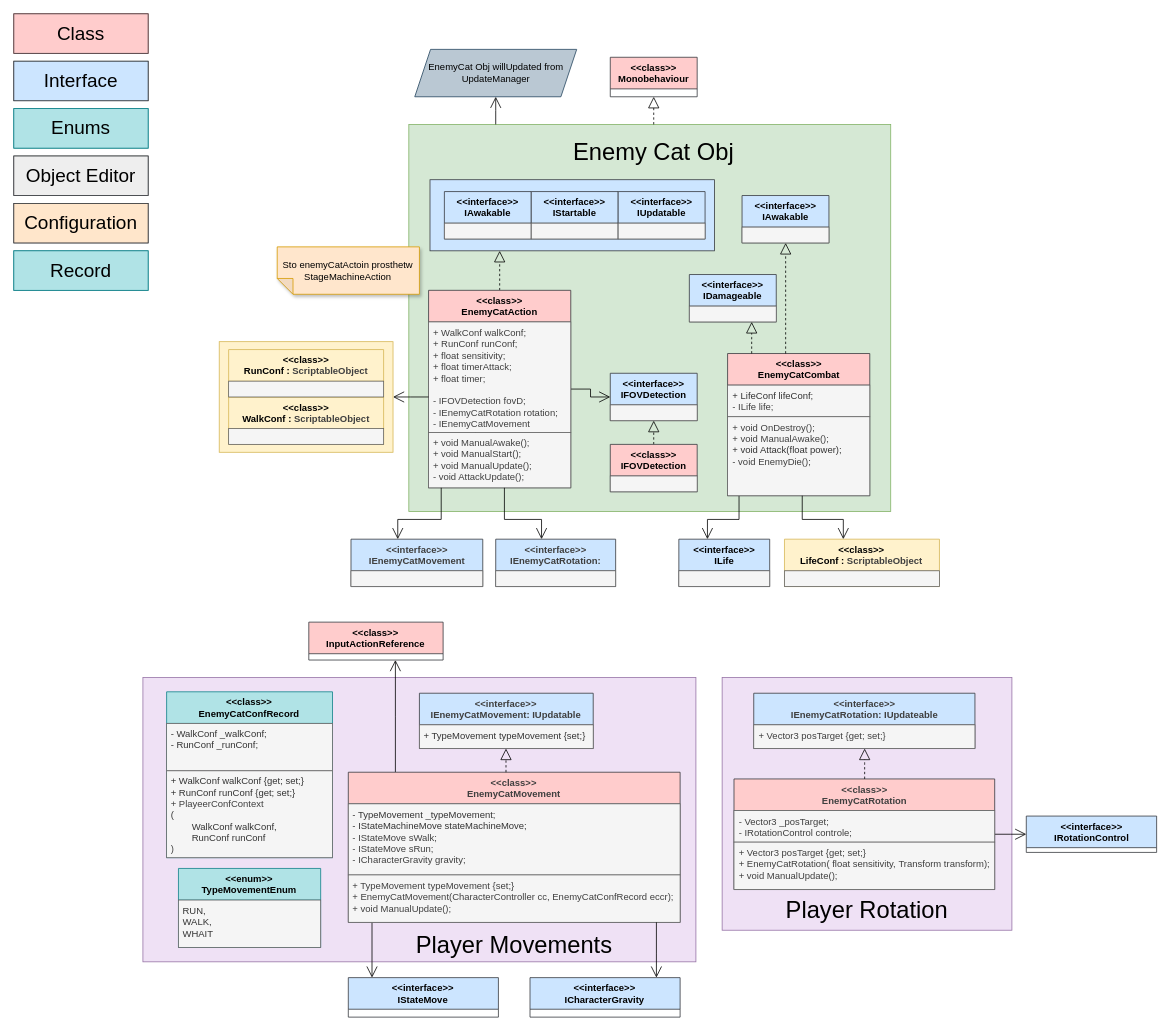
This is doc/Class_Diagram_EnemyCat.drawio from OGecgo/TheCatCult, a draw.io file, before an edit. Source tidied: cells renumbered, new cells numbered last; positions are measured from the earlier drawing's top-left corner, leaving out a move shared by most shapes. Both pictures are drawn from the tidied source at 79%, with x=0, y=0 at pixel (13, 13).
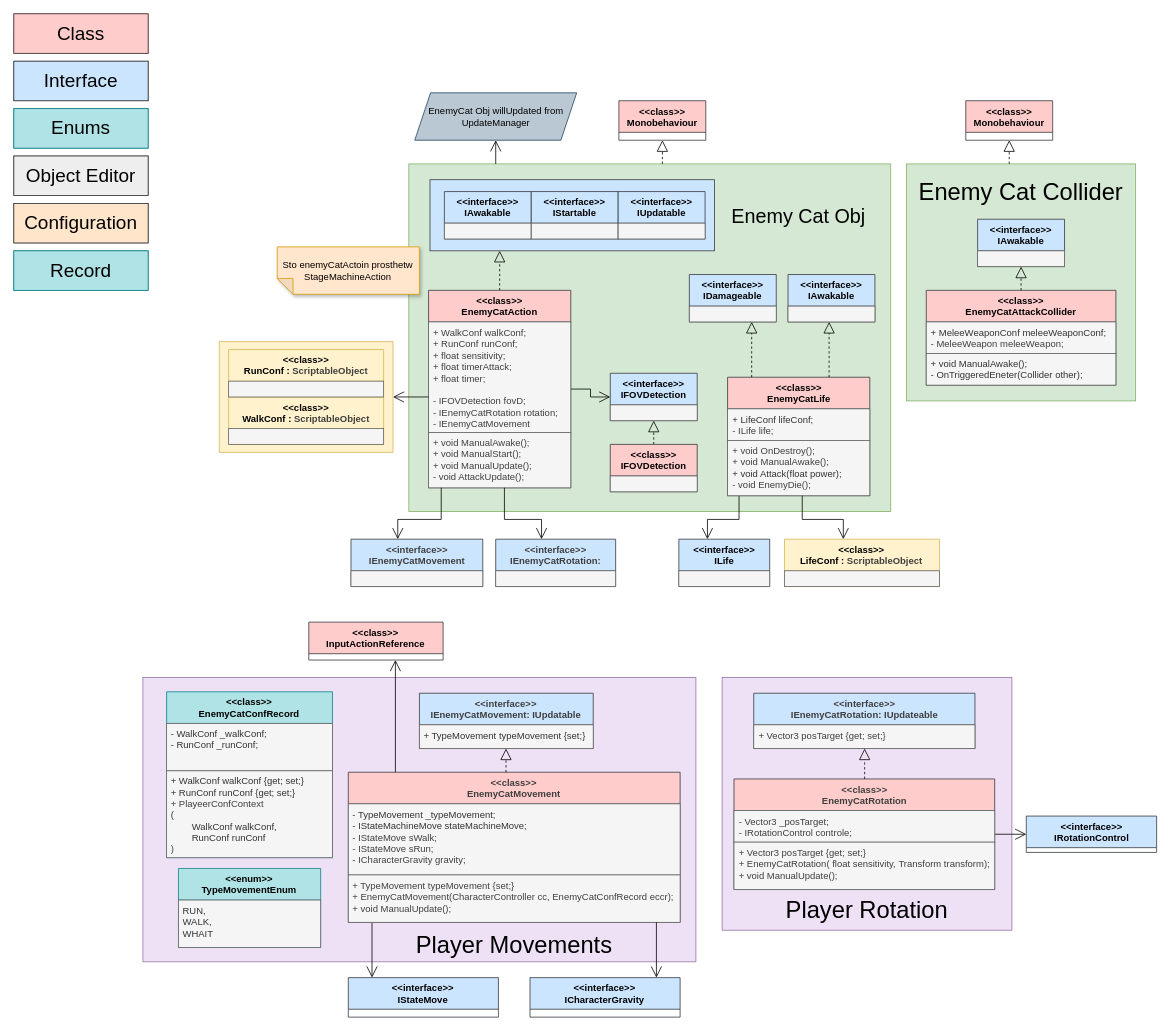
After the change.

What changed in the source:
```diff
@@
+    <mxCell id="3" style="rounded=0;whiteSpace=wrap;html=1;fillColor=#d5e8d4;strokeColor=#82b366;strokeWidth=1;" parent="1" vertex="1">
+      <mxGeometry x="500" y="190" width="610" height="440" as="geometry" />
+    </mxCell>
@@
-    <mxCell id="3" style="rounded=0;whiteSpace=wrap;html=1;fillColor=#d5e8d4;strokeColor=#82b366;strokeWidth=1;" parent="1" vertex="1">
-      <mxGeometry x="500" y="140" width="610" height="490" as="geometry" />
-    </mxCell>
@@
-    <mxCell id="6" value="&lt;font style=&quot;font-size: 30px;&quot;&gt;Enemy Cat Obj&lt;/font&gt;" style="text;html=1;whiteSpace=wrap;strokeColor=none;fillColor=none;align=center;verticalAlign=middle;rounded=0;" parent="1" vertex="1">
-      <mxGeometry x="685" y="150" width="250" height="50" as="geometry" />
+    <mxCell id="6" value="&lt;font&gt;Enemy Cat Obj&lt;/font&gt;" style="text;html=1;whiteSpace=wrap;strokeColor=none;fillColor=none;align=center;verticalAlign=middle;rounded=0;fontSize=25;" parent="1" vertex="1">
+      <mxGeometry x="891" y="230" width="205" height="50" as="geometry" />
     </mxCell>
@@
-    <mxCell id="41" value="&lt;div&gt;&amp;lt;&amp;lt;class&amp;gt;&amp;gt;&lt;/div&gt;&lt;div&gt;EnemyCatCombat&lt;/div&gt;" style="swimlane;fontStyle=1;align=center;verticalAlign=top;horizontal=1;startSize=40;whiteSpace=wrap;html=1;fillColor=#ffcccc;strokeColor=#36393d;" parent="1" vertex="1">
-      <mxGeometry x="903.5" y="430" width="180" height="180" as="geometry" />
+    <mxCell id="41" value="&lt;div&gt;&amp;lt;&amp;lt;class&amp;gt;&amp;gt;&lt;/div&gt;&lt;div&gt;EnemyCatLife&lt;/div&gt;" style="swimlane;fontStyle=1;align=center;verticalAlign=top;horizontal=1;startSize=40;whiteSpace=wrap;html=1;fillColor=#ffcccc;strokeColor=#36393d;" parent="1" vertex="1">
+      <mxGeometry x="903.5" y="460" width="180" height="150" as="geometry" />
     </mxCell>
@@
     <mxCell id="43" value="&lt;div&gt;&lt;span style=&quot;color: rgb(63, 63, 63); background-color: transparent;&quot;&gt;+ void OnDestroy();&lt;/span&gt;&lt;/div&gt;&lt;div&gt;&lt;span style=&quot;color: rgb(63, 63, 63); background-color: transparent;&quot;&gt;+ void ManualAwake();&lt;/span&gt;&lt;/div&gt;&lt;div&gt;&lt;span style=&quot;background-color: transparent;&quot;&gt;+ void Attack(float power);&lt;/span&gt;&lt;/div&gt;&lt;div style=&quot;color: rgb(63, 63, 63); scrollbar-color: rgb(226, 226, 226) rgb(251, 251, 251);&quot;&gt;- void EnemyDie();&lt;/div&gt;" style="text;align=left;verticalAlign=top;spacingLeft=4;spacingRight=4;overflow=hidden;whiteSpace=wrap;html=1;fillColor=#f5f5f5;fontColor=#333333;strokeColor=#666666;" parent="41" vertex="1">
-      <mxGeometry y="80" width="180" height="100" as="geometry" />
+      <mxGeometry y="80" width="180" height="70" as="geometry" />
     </mxCell>
@@
     <mxCell id="48" value="&lt;div&gt;&amp;lt;&amp;lt;class&amp;gt;&amp;gt;&lt;/div&gt;&lt;div&gt;Monobehaviour&lt;/div&gt;" style="swimlane;fontStyle=1;align=center;verticalAlign=top;horizontal=1;startSize=40;whiteSpace=wrap;html=1;fillColor=#ffcccc;strokeColor=#36393d;" parent="1" vertex="1">
-      <mxGeometry x="755" y="55" width="110" height="50" as="geometry" />
+      <mxGeometry x="765.9" y="110" width="110" height="50" as="geometry" />
     </mxCell>
@@
     <mxCell id="67" value="&lt;div&gt;&amp;lt;&amp;lt;interface&amp;gt;&amp;gt;&lt;/div&gt;&lt;div&gt;IAwakable&lt;/div&gt;" style="swimlane;fontStyle=1;align=center;verticalAlign=top;horizontal=1;startSize=40;whiteSpace=wrap;html=1;fillColor=#cce5ff;strokeColor=#36393d;" parent="1" vertex="1">
-      <mxGeometry x="921.8" y="230" width="110" height="60" as="geometry" />
+      <mxGeometry x="980" y="330" width="110" height="60" as="geometry" />
     </mxCell>
@@
     <mxCell id="100" value="EnemyCat Obj willUpdated from UpdateManager" style="shape=parallelogram;perimeter=parallelogramPerimeter;whiteSpace=wrap;html=1;fixedSize=1;fillColor=#bac8d3;strokeColor=#23445d;" parent="1" vertex="1">
-      <mxGeometry x="507.5" y="45" width="205" height="60" as="geometry" />
+      <mxGeometry x="507.5" y="100" width="205" height="60" as="geometry" />
     </mxCell>
@@
+    <mxCell id="102" style="rounded=0;whiteSpace=wrap;html=1;fillColor=#d5e8d4;strokeColor=#82b366;strokeWidth=1;" parent="1" vertex="1">
+      <mxGeometry x="1130" y="190" width="290" height="300" as="geometry" />
+    </mxCell>
+    <mxCell id="103" value="&lt;font style=&quot;font-size: 30px;&quot;&gt;Enemy Cat Collider&lt;/font&gt;" style="text;html=1;whiteSpace=wrap;strokeColor=none;fillColor=none;align=center;verticalAlign=middle;rounded=0;" parent="1" vertex="1">
+      <mxGeometry x="1135" y="200" width="280" height="50" as="geometry" />
+    </mxCell>
+    <mxCell id="104" value="&lt;div&gt;&amp;lt;&amp;lt;class&amp;gt;&amp;gt;&lt;/div&gt;&lt;div&gt;EnemyCatAttackCollider&lt;/div&gt;" style="swimlane;fontStyle=1;align=center;verticalAlign=top;horizontal=1;startSize=40;whiteSpace=wrap;html=1;fillColor=#ffcccc;strokeColor=#36393d;" parent="1" vertex="1">
+      <mxGeometry x="1155" y="350" width="240" height="120" as="geometry" />
+    </mxCell>
+    <mxCell id="105" value="&lt;div&gt;+ MeleeWeaponConf meleeWeaponConf;&lt;/div&gt;&lt;div&gt;&lt;span style=&quot;color: rgb(63, 63, 63);&quot;&gt;- MeleeWeapon meleeWeapon;&lt;/span&gt;&lt;/div&gt;" style="text;align=left;verticalAlign=top;spacingLeft=4;spacingRight=4;overflow=hidden;whiteSpace=wrap;html=1;fillColor=#f5f5f5;fontColor=#333333;strokeColor=#666666;" parent="104" vertex="1">
+      <mxGeometry y="40" width="240" height="40" as="geometry" />
+    </mxCell>
+    <mxCell id="106" value="&lt;div&gt;&lt;span style=&quot;background-color: transparent;&quot;&gt;+ void ManualAwake();&lt;/span&gt;&lt;/div&gt;&lt;div&gt;- OnTriggeredEneter(Collider other);&lt;/div&gt;" style="text;align=left;verticalAlign=top;spacingLeft=4;spacingRight=4;overflow=hidden;whiteSpace=wrap;html=1;fillColor=#f5f5f5;fontColor=#333333;strokeColor=#666666;" parent="104" vertex="1">
+      <mxGeometry y="80" width="240" height="40" as="geometry" />
+    </mxCell>
+    <mxCell id="107" value="&lt;div&gt;&amp;lt;&amp;lt;interface&amp;gt;&amp;gt;&lt;/div&gt;&lt;div&gt;IAwakable&lt;/div&gt;" style="swimlane;fontStyle=1;align=center;verticalAlign=top;horizontal=1;startSize=40;whiteSpace=wrap;html=1;fillColor=#cce5ff;strokeColor=#36393d;" parent="1" vertex="1">
+      <mxGeometry x="1220" y="260" width="110" height="60" as="geometry" />
+    </mxCell>
+    <mxCell id="108" style="text;align=left;verticalAlign=top;spacingLeft=4;spacingRight=4;overflow=hidden;whiteSpace=wrap;html=1;fillColor=#f5f5f5;fontColor=#333333;strokeColor=#666666;" parent="107" vertex="1">
+      <mxGeometry y="40" width="110" height="20" as="geometry" />
+    </mxCell>
+    <mxCell id="109" style="edgeStyle=elbowEdgeStyle;html=1;endSize=12;endArrow=block;endFill=0;dashed=1;rounded=0;" parent="1" edge="1" source="104" target="107">
+      <mxGeometry relative="1" as="geometry" />
+    </mxCell>
+    <mxCell id="110" value="&lt;div&gt;&amp;lt;&amp;lt;class&amp;gt;&amp;gt;&lt;/div&gt;&lt;div&gt;Monobehaviour&lt;/div&gt;" style="swimlane;fontStyle=1;align=center;verticalAlign=top;horizontal=1;startSize=40;whiteSpace=wrap;html=1;fillColor=#ffcccc;strokeColor=#36393d;" parent="1" vertex="1">
+      <mxGeometry x="1205" y="110" width="110" height="50" as="geometry" />
+    </mxCell>
+    <mxCell id="111" style="edgeStyle=elbowEdgeStyle;html=1;endArrow=block;endFill=0;dashed=1;rounded=0;endSize=12;" parent="1" edge="1" source="102" target="110">
+      <mxGeometry relative="1" as="geometry" />
+    </mxCell>
```
